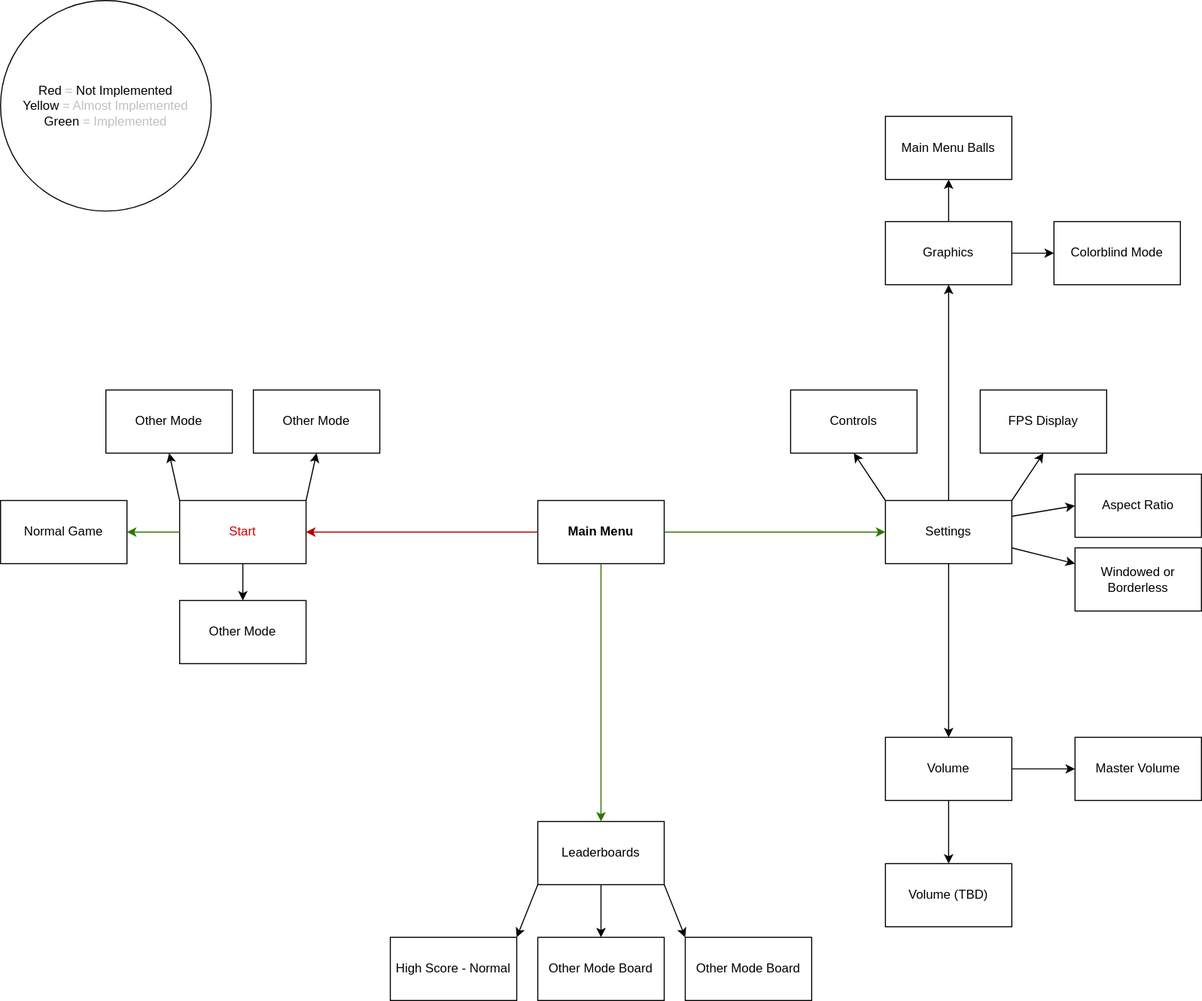
Before: notes_and_documentation/drawing_file.drawio.svg, a diagram exported from draw.io (NickyMarson/Orbivore). Source tidied: cells renumbered, new cells last; positions are measured from the earlier drawing's top-left corner, leaving out a move shared by most shapes. Source of this version:
```xml
<mxGraphModel>
  <root>
    <mxCell id="0" />
    <mxCell id="1" parent="0" />
    <mxCell id="2" value="&lt;b&gt;&lt;font style=&quot;color: light-dark(rgb(0, 0, 0), rgb(115, 177, 76));&quot;&gt;Main Menu&lt;/font&gt;&lt;/b&gt;" style="rounded=0;whiteSpace=wrap;html=1;" parent="1" vertex="1">
      <mxGeometry x="510" y="475" width="120" height="60" as="geometry" />
    </mxCell>
    <mxCell id="3" value="&lt;font style=&quot;color: light-dark(rgb(204, 0, 0), rgb(115, 177, 76));&quot;&gt;Start&lt;/font&gt;" style="rounded=0;whiteSpace=wrap;html=1;" parent="1" vertex="1">
      <mxGeometry x="170" y="475" width="120" height="60" as="geometry" />
    </mxCell>
    <mxCell id="4" value="&lt;font style=&quot;color: light-dark(rgb(0, 0, 0), rgb(115, 177, 76));&quot;&gt;Leaderboards&lt;/font&gt;" style="rounded=0;whiteSpace=wrap;html=1;" parent="1" vertex="1">
      <mxGeometry x="510" y="780" width="120" height="60" as="geometry" />
    </mxCell>
    <mxCell id="5" value="&lt;font style=&quot;color: light-dark(rgb(0, 0, 0), rgb(115, 177, 76));&quot;&gt;Settings&lt;/font&gt;" style="rounded=0;whiteSpace=wrap;html=1;" parent="1" vertex="1">
      <mxGeometry x="840" y="475" width="120" height="60" as="geometry" />
    </mxCell>
    <mxCell id="6" style="endArrow=classic;html=1;exitX=0.5;exitY=1;exitDx=0;exitDy=0;entryX=0.5;entryY=0;entryDx=0;entryDy=0;fillColor=#60a917;strokeColor=#2D7600;" parent="1" edge="1" source="2" target="4">
      <mxGeometry relative="1" as="geometry" />
    </mxCell>
    <mxCell id="7" style="endArrow=classic;html=1;exitX=1;exitY=0.5;exitDx=0;exitDy=0;entryX=0;entryY=0.5;entryDx=0;entryDy=0;fillColor=#60a917;strokeColor=#2D7600;" parent="1" edge="1" source="2" target="5">
      <mxGeometry relative="1" as="geometry" />
    </mxCell>
    <mxCell id="8" value="&lt;font style=&quot;color: light-dark(rgb(0, 0, 0), rgb(115, 177, 76));&quot;&gt;Normal Game&lt;/font&gt;" style="rounded=0;whiteSpace=wrap;html=1;" parent="1" vertex="1">
      <mxGeometry y="475" width="120" height="60" as="geometry" />
    </mxCell>
    <mxCell id="9" style="endArrow=classic;html=1;exitX=0;exitY=0.5;exitDx=0;exitDy=0;entryX=1;entryY=0.5;entryDx=0;entryDy=0;fillColor=#e51400;strokeColor=light-dark(#B20000,#73B14C);" parent="1" edge="1" source="2" target="3">
      <mxGeometry relative="1" as="geometry" />
    </mxCell>
    <mxCell id="10" style="endArrow=classic;html=1;exitX=0;exitY=0.5;exitDx=0;exitDy=0;entryX=1;entryY=0.5;entryDx=0;entryDy=0;fillColor=#60a917;strokeColor=#2D7600;" parent="1" edge="1" source="3" target="8">
      <mxGeometry relative="1" as="geometry" />
    </mxCell>
    <mxCell id="11" style="endArrow=classic;html=1;exitX=0;exitY=0;exitDx=0;exitDy=0;strokeColor=light-dark(#000000,#CC0000);entryX=0.5;entryY=1;entryDx=0;entryDy=0;" parent="1" edge="1" source="3" target="12">
      <mxGeometry relative="1" as="geometry" />
    </mxCell>
    <mxCell id="12" value="&lt;font style=&quot;color: light-dark(rgb(0, 0, 0), rgb(204, 0, 0));&quot;&gt;Other Mode&lt;/font&gt;" style="rounded=0;whiteSpace=wrap;html=1;" parent="1" vertex="1">
      <mxGeometry x="100" y="370" width="120" height="60" as="geometry" />
    </mxCell>
    <mxCell id="13" value="&lt;font style=&quot;color: light-dark(rgb(0, 0, 0), rgb(255, 153, 51));&quot;&gt;High Score - Normal&lt;/font&gt;" style="rounded=0;whiteSpace=wrap;html=1;" parent="1" vertex="1">
      <mxGeometry x="370" y="890" width="120" height="60" as="geometry" />
    </mxCell>
    <mxCell id="14" style="endArrow=classic;html=1;entryX=1;entryY=0;entryDx=0;entryDy=0;exitX=0;exitY=1;exitDx=0;exitDy=0;strokeColor=light-dark(#000000,#FF9933);" parent="1" edge="1" source="4" target="13">
      <mxGeometry relative="1" as="geometry" />
    </mxCell>
    <mxCell id="15" style="endArrow=classic;html=1;exitX=1;exitY=1;exitDx=0;exitDy=0;entryX=0;entryY=0;entryDx=0;entryDy=0;strokeColor=light-dark(#000000,#CC0000);" parent="1" edge="1" source="4" target="16">
      <mxGeometry relative="1" as="geometry" />
    </mxCell>
    <mxCell id="16" value="&lt;span&gt;&lt;font style=&quot;color: light-dark(rgb(0, 0, 0), rgb(204, 0, 0));&quot;&gt;Other Mode Board&lt;/font&gt;&lt;/span&gt;" style="rounded=0;whiteSpace=wrap;html=1;" parent="1" vertex="1">
      <mxGeometry x="650" y="890" width="120" height="60" as="geometry" />
    </mxCell>
    <mxCell id="17" value="&lt;font style=&quot;color: light-dark(rgb(0, 0, 0), rgb(204, 0, 0));&quot;&gt;Other Mode Board&lt;/font&gt;" style="rounded=0;whiteSpace=wrap;html=1;" parent="1" vertex="1">
      <mxGeometry x="510" y="890" width="120" height="60" as="geometry" />
    </mxCell>
    <mxCell id="18" style="endArrow=classic;html=1;exitX=0.5;exitY=1;exitDx=0;exitDy=0;entryX=0.5;entryY=0;entryDx=0;entryDy=0;strokeColor=light-dark(#000000,#CC0000);" parent="1" edge="1" source="4" target="17">
      <mxGeometry relative="1" as="geometry" />
    </mxCell>
    <mxCell id="19" value="&lt;font style=&quot;color: light-dark(rgb(0, 0, 0), rgb(204, 0, 0));&quot;&gt;Other Mode&lt;/font&gt;" style="rounded=0;whiteSpace=wrap;html=1;" parent="1" vertex="1">
      <mxGeometry x="170" y="570" width="120" height="60" as="geometry" />
    </mxCell>
    <mxCell id="20" value="&lt;font style=&quot;color: light-dark(rgb(0, 0, 0), rgb(204, 0, 0));&quot;&gt;Other Mode&lt;/font&gt;" style="rounded=0;whiteSpace=wrap;html=1;" parent="1" vertex="1">
      <mxGeometry x="240" y="370" width="120" height="60" as="geometry" />
    </mxCell>
    <mxCell id="21" style="endArrow=classic;html=1;exitX=1;exitY=0;exitDx=0;exitDy=0;strokeColor=light-dark(#000000,#CC0000);entryX=0.5;entryY=1;entryDx=0;entryDy=0;" parent="1" edge="1" source="3" target="20">
      <mxGeometry relative="1" as="geometry" />
    </mxCell>
    <mxCell id="22" style="endArrow=classic;html=1;exitX=0.5;exitY=1;exitDx=0;exitDy=0;strokeColor=light-dark(#000000,#CC0000);entryX=0.5;entryY=0;entryDx=0;entryDy=0;" parent="1" edge="1" source="3" target="19">
      <mxGeometry relative="1" as="geometry" />
    </mxCell>
    <mxCell id="23" value="&lt;font style=&quot;color: light-dark(rgb(0, 0, 0), rgb(115, 177, 76));&quot;&gt;Graphics&lt;/font&gt;" style="rounded=0;whiteSpace=wrap;html=1;" parent="1" vertex="1">
      <mxGeometry x="840" y="210" width="120" height="60" as="geometry" />
    </mxCell>
    <mxCell id="24" value="&lt;font style=&quot;color: light-dark(rgb(0, 0, 0), rgb(204, 0, 0));&quot;&gt;Windowed or Borderless&lt;/font&gt;" style="rounded=0;whiteSpace=wrap;html=1;" parent="1" vertex="1">
      <mxGeometry x="1020" y="520" width="120" height="60" as="geometry" />
    </mxCell>
    <mxCell id="25" value="&lt;font style=&quot;color: light-dark(rgb(0, 0, 0), rgb(204, 0, 0));&quot;&gt;Aspect Ratio&lt;/font&gt;" style="rounded=0;whiteSpace=wrap;html=1;" parent="1" vertex="1">
      <mxGeometry x="1020" y="450" width="120" height="60" as="geometry" />
    </mxCell>
    <mxCell id="26" value="&lt;font style=&quot;color: light-dark(rgb(0, 0, 0), rgb(115, 177, 76));&quot;&gt;Volume&lt;/font&gt;" style="rounded=0;whiteSpace=wrap;html=1;" parent="1" vertex="1">
      <mxGeometry x="840" y="700" width="120" height="60" as="geometry" />
    </mxCell>
    <mxCell id="27" value="&lt;font style=&quot;color: light-dark(rgb(0, 0, 0), rgb(115, 177, 76));&quot;&gt;FPS Display&lt;/font&gt;" style="rounded=0;whiteSpace=wrap;html=1;" parent="1" vertex="1">
      <mxGeometry x="930" y="370" width="120" height="60" as="geometry" />
    </mxCell>
    <mxCell id="28" value="&lt;font style=&quot;color: light-dark(rgb(0, 0, 0), rgb(204, 0, 0));&quot;&gt;Controls&lt;/font&gt;" style="rounded=0;whiteSpace=wrap;html=1;" parent="1" vertex="1">
      <mxGeometry x="750" y="370" width="120" height="60" as="geometry" />
    </mxCell>
    <mxCell id="29" style="endArrow=classic;html=1;exitX=0.5;exitY=0;exitDx=0;exitDy=0;strokeColor=light-dark(#000000,#73B14C);entryX=0.5;entryY=1;entryDx=0;entryDy=0;" parent="1" edge="1" source="5" target="23">
      <mxGeometry relative="1" as="geometry" />
    </mxCell>
    <mxCell id="30" style="endArrow=classic;html=1;exitX=0.5;exitY=1;exitDx=0;exitDy=0;strokeColor=light-dark(#000000,#73B14C);entryX=0.5;entryY=0;entryDx=0;entryDy=0;" parent="1" edge="1" source="5" target="26">
      <mxGeometry relative="1" as="geometry" />
    </mxCell>
    <mxCell id="31" style="endArrow=classic;html=1;exitX=0;exitY=0;exitDx=0;exitDy=0;strokeColor=light-dark(#000000,#CC0000);entryX=0.5;entryY=1;entryDx=0;entryDy=0;" parent="1" edge="1" source="5" target="28">
      <mxGeometry relative="1" as="geometry" />
    </mxCell>
    <mxCell id="32" style="endArrow=classic;html=1;exitX=1;exitY=0.25;exitDx=0;exitDy=0;strokeColor=light-dark(#000000,#CC0000);entryX=0;entryY=0.5;entryDx=0;entryDy=0;" parent="1" edge="1" source="5" target="25">
      <mxGeometry relative="1" as="geometry" />
    </mxCell>
    <mxCell id="33" style="endArrow=classic;html=1;exitX=1;exitY=0.75;exitDx=0;exitDy=0;strokeColor=light-dark(#000000,#CC0000);entryX=0;entryY=0.25;entryDx=0;entryDy=0;" parent="1" edge="1" source="5" target="24">
      <mxGeometry relative="1" as="geometry" />
    </mxCell>
    <mxCell id="34" style="endArrow=classic;html=1;strokeColor=light-dark(#000000,#73B14C);entryX=0.5;entryY=1;entryDx=0;entryDy=0;exitX=1;exitY=0;exitDx=0;exitDy=0;" parent="1" edge="1" source="5" target="27">
      <mxGeometry relative="1" as="geometry" />
    </mxCell>
    <mxCell id="35" value="&lt;font style=&quot;color: light-dark(rgb(0, 0, 0), rgb(204, 0, 0));&quot;&gt;Colorblind Mode&lt;/font&gt;" style="rounded=0;whiteSpace=wrap;html=1;" parent="1" vertex="1">
      <mxGeometry x="1000" y="210" width="120" height="60" as="geometry" />
    </mxCell>
    <mxCell id="36" value="&lt;font style=&quot;color: light-dark(rgb(0, 0, 0), rgb(255, 153, 51));&quot;&gt;Main Menu Balls&lt;/font&gt;" style="rounded=0;whiteSpace=wrap;html=1;" parent="1" vertex="1">
      <mxGeometry x="840" y="110" width="120" height="60" as="geometry" />
    </mxCell>
    <mxCell id="37" style="endArrow=classic;html=1;exitX=1;exitY=0.5;exitDx=0;exitDy=0;strokeColor=light-dark(#000000,#CC0000);entryX=0;entryY=0.5;entryDx=0;entryDy=0;" parent="1" edge="1" source="23" target="35">
      <mxGeometry relative="1" as="geometry" />
    </mxCell>
    <mxCell id="38" style="endArrow=classic;html=1;exitX=0.5;exitY=0;exitDx=0;exitDy=0;strokeColor=light-dark(#000000,#FF9933);entryX=0.5;entryY=1;entryDx=0;entryDy=0;" parent="1" edge="1" source="23" target="36">
      <mxGeometry relative="1" as="geometry" />
    </mxCell>
    <mxCell id="39" value="&lt;font style=&quot;color: light-dark(rgb(0, 0, 0), rgb(204, 0, 0));&quot;&gt;Red&lt;/font&gt;&lt;font style=&quot;color: light-dark(rgb(192, 192, 192), rgb(255, 255, 255));&quot;&gt;&amp;nbsp;= &lt;/font&gt;&lt;font style=&quot;color: light-dark(rgb(0, 0, 0), rgb(255, 255, 255));&quot;&gt;Not Implemented&lt;/font&gt;&lt;div&gt;&lt;font style=&quot;color: light-dark(rgb(0, 0, 0), rgb(255, 153, 51));&quot;&gt;Yellow&lt;/font&gt;&lt;span style=&quot;color: rgb(192, 192, 192); background-color: transparent;&quot;&gt;&amp;nbsp;&lt;/span&gt;&lt;span style=&quot;background-color: transparent; color: rgb(192, 192, 192);&quot;&gt;&lt;font style=&quot;color: light-dark(rgb(192, 192, 192), rgb(249, 249, 249));&quot;&gt;= Almost Implemented&lt;/font&gt;&lt;/span&gt;&lt;/div&gt;&lt;div&gt;&lt;font style=&quot;color: light-dark(rgb(0, 0, 0), rgb(115, 177, 76));&quot;&gt;Green&lt;/font&gt;&lt;span style=&quot;background-color: transparent;&quot;&gt;&lt;font style=&quot;color: light-dark(rgb(192, 192, 192), rgb(255, 255, 255));&quot;&gt;&amp;nbsp;= Implemented&lt;/font&gt;&lt;/span&gt;&lt;/div&gt;" style="ellipse;whiteSpace=wrap;html=1;" parent="1" vertex="1">
      <mxGeometry width="200" height="200" as="geometry" />
    </mxCell>
    <mxCell id="40" style="endArrow=classic;html=1;exitX=0.5;exitY=1;exitDx=0;exitDy=0;strokeColor=light-dark(#000000,#CC0000);entryX=0.5;entryY=0;entryDx=0;entryDy=0;" parent="1" edge="1" source="26" target="42">
      <mxGeometry relative="1" as="geometry" />
    </mxCell>
    <mxCell id="41" style="endArrow=classic;html=1;exitX=1;exitY=0.5;exitDx=0;exitDy=0;strokeColor=light-dark(#000000,#CC0000);entryX=0;entryY=0.5;entryDx=0;entryDy=0;" parent="1" edge="1" source="26" target="43">
      <mxGeometry relative="1" as="geometry" />
    </mxCell>
    <mxCell id="42" value="&lt;font style=&quot;color: light-dark(rgb(0, 0, 0), rgb(204, 0, 0));&quot;&gt;Volume (TBD)&lt;/font&gt;" style="rounded=0;whiteSpace=wrap;html=1;" parent="1" vertex="1">
      <mxGeometry x="840" y="820" width="120" height="60" as="geometry" />
    </mxCell>
    <mxCell id="43" value="&lt;font style=&quot;color: light-dark(rgb(0, 0, 0), rgb(204, 0, 0));&quot;&gt;Master Volume&lt;/font&gt;" style="rounded=0;whiteSpace=wrap;html=1;" parent="1" vertex="1">
      <mxGeometry x="1020" y="700" width="120" height="60" as="geometry" />
    </mxCell>
  </root>
</mxGraphModel>
```
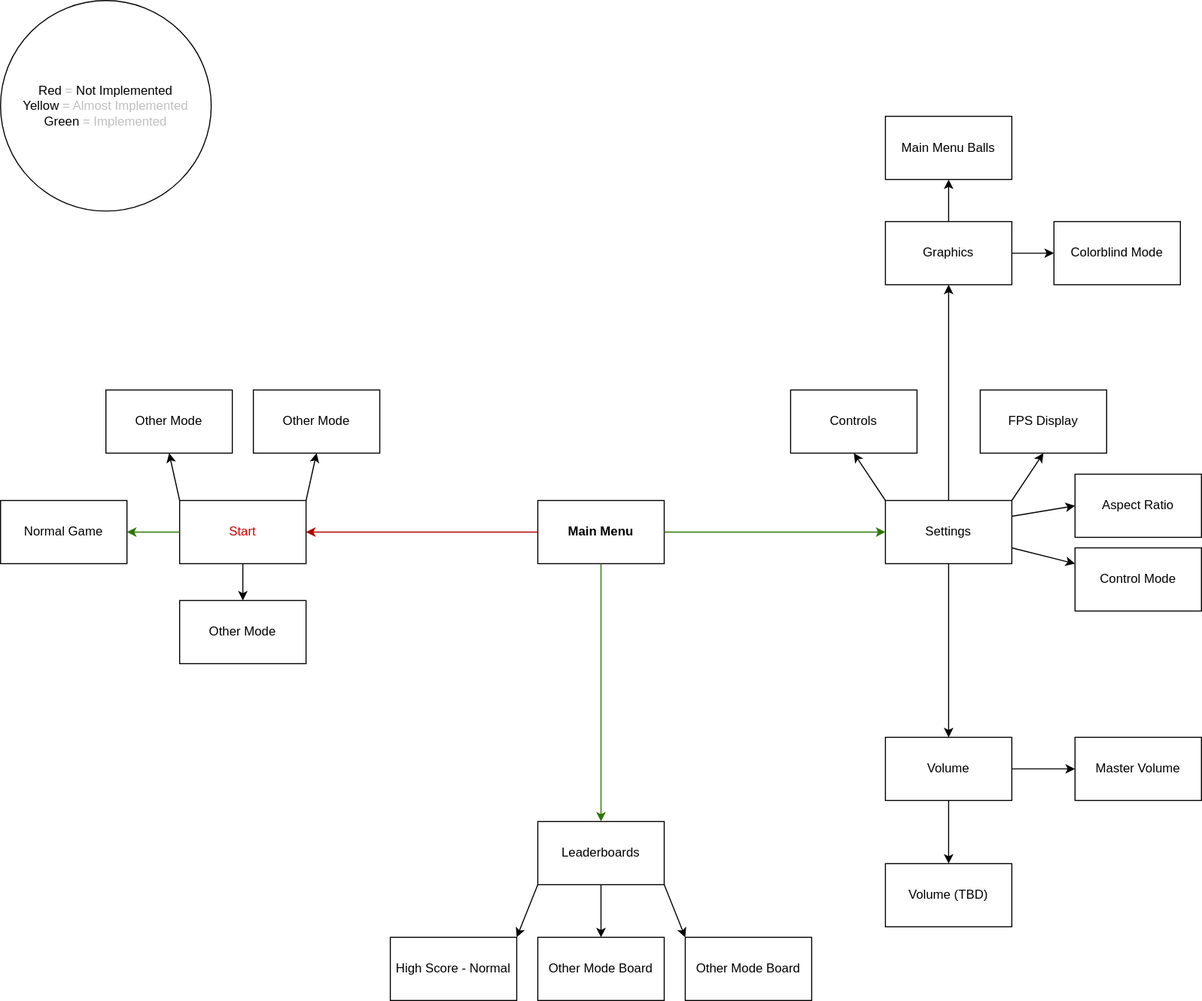
The same diagram one commit later.

What changed in the source:
```diff
@@ -68,7 +68,7 @@
     <mxCell id="23" value="&lt;font style=&quot;color: light-dark(rgb(0, 0, 0), rgb(115, 177, 76));&quot;&gt;Graphics&lt;/font&gt;" style="rounded=0;whiteSpace=wrap;html=1;" parent="1" vertex="1">
       <mxGeometry x="840" y="210" width="120" height="60" as="geometry" />
     </mxCell>
-    <mxCell id="24" value="&lt;font style=&quot;color: light-dark(rgb(0, 0, 0), rgb(204, 0, 0));&quot;&gt;Windowed or Borderless&lt;/font&gt;" style="rounded=0;whiteSpace=wrap;html=1;" parent="1" vertex="1">
+    <mxCell id="24" value="&lt;font style=&quot;color: light-dark(rgb(0, 0, 0), rgb(115, 177, 76));&quot;&gt;Control Mode&lt;/font&gt;" style="rounded=0;whiteSpace=wrap;html=1;" parent="1" vertex="1">
       <mxGeometry x="1020" y="520" width="120" height="60" as="geometry" />
     </mxCell>
     <mxCell id="25" value="&lt;font style=&quot;color: light-dark(rgb(0, 0, 0), rgb(204, 0, 0));&quot;&gt;Aspect Ratio&lt;/font&gt;" style="rounded=0;whiteSpace=wrap;html=1;" parent="1" vertex="1">
@@ -95,7 +95,7 @@
     <mxCell id="32" style="endArrow=classic;html=1;exitX=1;exitY=0.25;exitDx=0;exitDy=0;strokeColor=light-dark(#000000,#CC0000);entryX=0;entryY=0.5;entryDx=0;entryDy=0;" parent="1" edge="1" source="5" target="25">
       <mxGeometry relative="1" as="geometry" />
     </mxCell>
-    <mxCell id="33" style="endArrow=classic;html=1;exitX=1;exitY=0.75;exitDx=0;exitDy=0;strokeColor=light-dark(#000000,#CC0000);entryX=0;entryY=0.25;entryDx=0;entryDy=0;" parent="1" edge="1" source="5" target="24">
+    <mxCell id="33" style="endArrow=classic;html=1;exitX=1;exitY=0.75;exitDx=0;exitDy=0;strokeColor=light-dark(#000000,#73B14C);entryX=0;entryY=0.25;entryDx=0;entryDy=0;" parent="1" edge="1" source="5" target="24">
       <mxGeometry relative="1" as="geometry" />
     </mxCell>
     <mxCell id="34" style="endArrow=classic;html=1;strokeColor=light-dark(#000000,#73B14C);entryX=0.5;entryY=1;entryDx=0;entryDy=0;exitX=1;exitY=0;exitDx=0;exitDy=0;" parent="1" edge="1" source="5" target="27">
```
